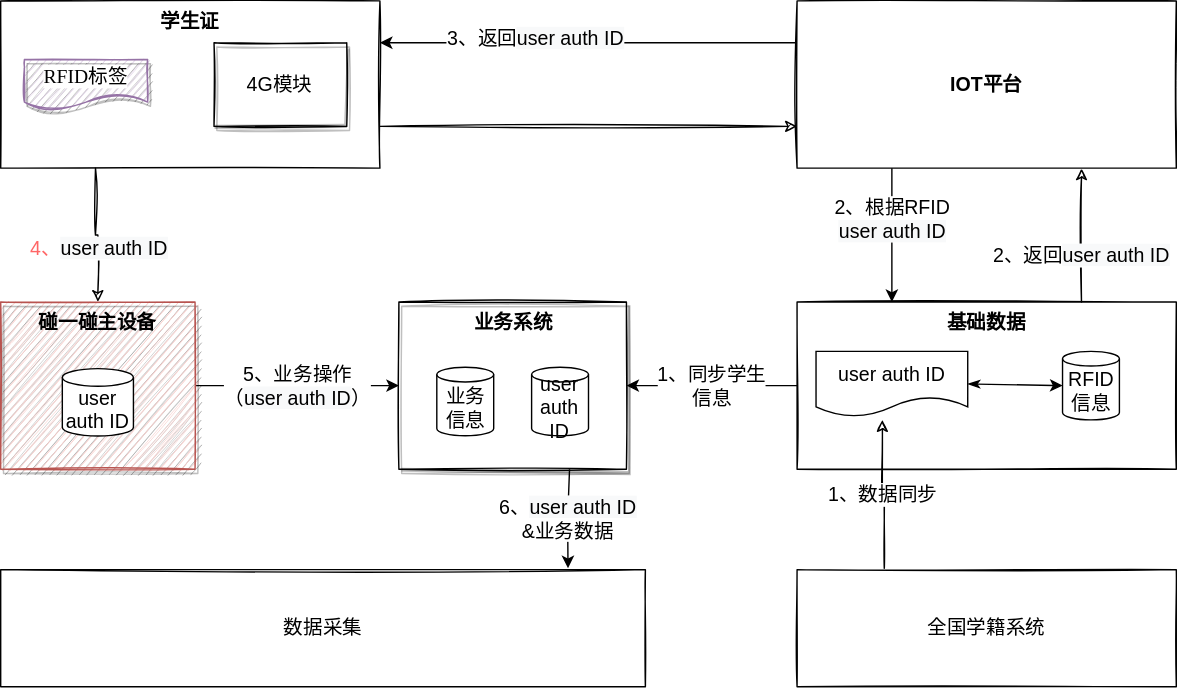
The draw.io diagram docs/05_product/drawio/鸿蒙学生证方案-执行逻辑.drawio.svg in mnzhouguo/zgdoc_management2, before a commit. Source tidied: cells renumbered, new cells last; positions are measured from the earlier drawing's top-left corner, leaving out a move shared by most shapes.
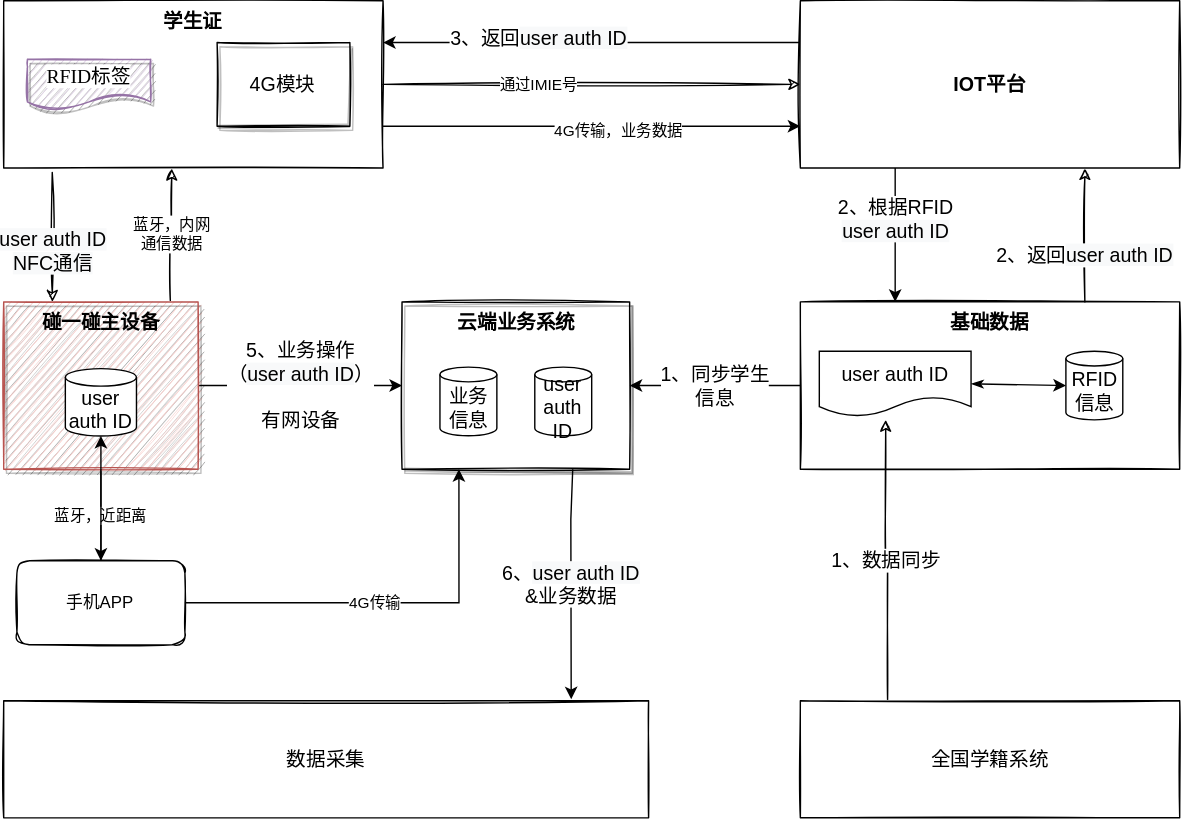
The same diagram one commit later.

The edit, as a diff of the source:
```diff
@@ -2,92 +2,121 @@
   <root>
     <mxCell id="0" />
     <mxCell id="1" parent="0" />
-    <mxCell id="2" style="group;fontSize=14;" parent="1" vertex="1">
-      <mxGeometry width="840" height="490" as="geometry" />
-    </mxCell>
-    <mxCell id="3" value="基础数据&lt;br style=&quot;font-size: 14px;&quot;&gt;" style="rounded=0;whiteSpace=wrap;html=1;sketch=1;fontStyle=1;verticalAlign=top;fontSize=14;" parent="2" vertex="1">
-      <mxGeometry x="569" y="215.1" width="271" height="119.5" as="geometry" />
+    <mxCell id="3" value="基础数据&lt;br style=&quot;font-size: 14px;&quot;&gt;" style="rounded=0;whiteSpace=wrap;html=1;sketch=1;fontStyle=1;verticalAlign=top;fontSize=14;" parent="1" vertex="1">
+      <mxGeometry x="569" y="235.1" width="271" height="119.5" as="geometry" />
     </mxCell>
+    <mxCell id="29" style="edgeStyle=orthogonalEdgeStyle;rounded=0;jettySize=auto;html=1;exitX=1;exitY=0.75;exitDx=0;exitDy=0;entryX=0;entryY=0.75;entryDx=0;entryDy=0;" parent="1" edge="1" source="4" target="14">
+      <mxGeometry relative="1" as="geometry" />
+    </mxCell>
+    <mxCell id="30" value="4G传输，业务数据" style="edgeLabel;html=1;align=center;verticalAlign=middle;" parent="29" vertex="1">
+      <mxGeometry x="0.13" y="-2" relative="1" as="geometry">
+        <mxPoint y="1" as="offset" />
+      </mxGeometry>
+    </mxCell>
-    <mxCell id="4" value="学生证&lt;br style=&quot;font-size: 14px;&quot;&gt;&lt;font color=&quot;#ff3333&quot; style=&quot;font-size: 14px;&quot;&gt;&lt;br style=&quot;font-size: 14px;&quot;&gt;&lt;/font&gt;" style="rounded=0;whiteSpace=wrap;html=1;sketch=1;verticalAlign=top;fontStyle=1;fontSize=14;" parent="2" vertex="1">
-      <mxGeometry width="271" height="119.5" as="geometry" />
+    <mxCell id="4" value="学生证&lt;br style=&quot;font-size: 14px;&quot;&gt;&lt;font color=&quot;#ff3333&quot; style=&quot;font-size: 14px;&quot;&gt;&lt;br style=&quot;font-size: 14px;&quot;&gt;&lt;/font&gt;" style="rounded=0;whiteSpace=wrap;html=1;sketch=1;verticalAlign=top;fontStyle=1;fontSize=14;" parent="1" vertex="1">
+      <mxGeometry y="20" width="271" height="119.5" as="geometry" />
     </mxCell>
-    <mxCell id="5" style="rounded=0;jettySize=auto;html=1;sketch=1;entryX=0;entryY=0.75;entryDx=0;entryDy=0;exitX=1;exitY=0.75;exitDx=0;exitDy=0;fontSize=14;" parent="2" edge="1" source="4" target="14">
+    <mxCell id="5" style="rounded=0;jettySize=auto;html=1;sketch=1;entryX=0;entryY=0.5;entryDx=0;entryDy=0;exitX=1;exitY=0.5;exitDx=0;exitDy=0;fontSize=14;" parent="1" edge="1" source="4" target="14">
       <mxGeometry relative="1" as="geometry" />
     </mxCell>
+    <mxCell id="31" value="通过IMIE号" style="edgeLabel;html=1;align=center;verticalAlign=middle;" parent="5" vertex="1">
+      <mxGeometry x="-0.26" relative="1" as="geometry" />
+    </mxCell>
-    <mxCell id="6" style="edgeStyle=orthogonalEdgeStyle;rounded=0;sketch=1;jettySize=auto;html=1;exitX=0.25;exitY=1;exitDx=0;exitDy=0;entryX=0.5;entryY=0;entryDx=0;entryDy=0;fontSize=14;fontColor=#000000;startArrow=none;startFill=0;endArrow=classic;endFill=1;" parent="2" edge="1" source="4" target="21">
+    <mxCell id="6" style="edgeStyle=orthogonalEdgeStyle;rounded=0;sketch=1;jettySize=auto;html=1;exitX=0.128;exitY=1.026;exitDx=0;exitDy=0;entryX=0.25;entryY=0;entryDx=0;entryDy=0;fontSize=14;fontColor=#000000;startArrow=none;startFill=0;endArrow=classic;endFill=1;exitPerimeter=0;" parent="1" edge="1" source="4" target="21">
       <mxGeometry relative="1" as="geometry" />
     </mxCell>
-    <mxCell id="7" value="4、&lt;span style=&quot;color: rgb(0, 0, 0); background-color: rgb(248, 249, 250); font-size: 14px;&quot;&gt;user auth ID&lt;/span&gt;" style="edgeLabel;html=1;align=center;verticalAlign=middle;fontSize=14;fontColor=#FF6666;" parent="6" vertex="1">
+    <mxCell id="7" value="&lt;span style=&quot;color: rgb(0, 0, 0); background-color: rgb(248, 249, 250); font-size: 14px;&quot;&gt;user auth ID&lt;br&gt;NFC通信&lt;br&gt;&lt;/span&gt;" style="edgeLabel;html=1;align=center;verticalAlign=middle;fontSize=14;fontColor=#FF6666;" parent="6" vertex="1">
       <mxGeometry x="0.21" relative="1" as="geometry" />
     </mxCell>
-    <mxCell id="8" value="&lt;font color=&quot;#000000&quot; style=&quot;font-size: 14px;&quot;&gt;1、数据同步&lt;/font&gt;" style="edgeStyle=orthogonalEdgeStyle;rounded=0;sketch=1;jettySize=auto;html=1;exitX=0.23;exitY=-0.006;exitDx=0;exitDy=0;fontColor=#FF3333;startArrow=none;startFill=0;endArrow=classic;endFill=1;entryX=0.5;entryY=1;entryDx=0;entryDy=0;entryPerimeter=0;exitPerimeter=0;fontSize=14;" parent="2" edge="1" source="9">
+    <mxCell id="8" value="&lt;font color=&quot;#000000&quot; style=&quot;font-size: 14px;&quot;&gt;1、数据同步&lt;/font&gt;" style="edgeStyle=orthogonalEdgeStyle;rounded=0;sketch=1;jettySize=auto;html=1;exitX=0.23;exitY=-0.006;exitDx=0;exitDy=0;fontColor=#FF3333;startArrow=none;startFill=0;endArrow=classic;endFill=1;entryX=0.5;entryY=1;entryDx=0;entryDy=0;entryPerimeter=0;exitPerimeter=0;fontSize=14;" parent="1" edge="1" source="9">
       <mxGeometry relative="1" as="geometry">
-        <mxPoint x="630" y="299.4" as="targetPoint" />
+        <mxPoint x="630" y="319.4" as="targetPoint" />
       </mxGeometry>
     </mxCell>
-    <mxCell id="9" value="全国学籍系统" style="rounded=0;whiteSpace=wrap;html=1;sketch=1;fontSize=14;" parent="2" vertex="1">
-      <mxGeometry x="569" y="406.3" width="271" height="83.7" as="geometry" />
+    <mxCell id="9" value="全国学籍系统" style="rounded=0;whiteSpace=wrap;html=1;sketch=1;fontSize=14;" parent="1" vertex="1">
+      <mxGeometry x="569" y="520" width="271" height="83.7" as="geometry" />
     </mxCell>
-    <mxCell id="10" value="2、返回&lt;span style=&quot;background-color: rgb(248, 249, 250); font-size: 14px;&quot;&gt;user auth ID&lt;/span&gt;" style="edgeStyle=orthogonalEdgeStyle;rounded=0;jettySize=auto;html=1;exitX=0.75;exitY=1;exitDx=0;exitDy=0;entryX=0.75;entryY=0;entryDx=0;entryDy=0;sketch=1;startArrow=classic;startFill=1;endArrow=none;endFill=0;fontSize=14;" parent="2" edge="1" source="14" target="3">
+    <mxCell id="10" value="2、返回&lt;span style=&quot;background-color: rgb(248, 249, 250); font-size: 14px;&quot;&gt;user auth ID&lt;/span&gt;" style="edgeStyle=orthogonalEdgeStyle;rounded=0;jettySize=auto;html=1;exitX=0.75;exitY=1;exitDx=0;exitDy=0;entryX=0.75;entryY=0;entryDx=0;entryDy=0;sketch=1;startArrow=classic;startFill=1;endArrow=none;endFill=0;fontSize=14;" parent="1" edge="1" source="14" target="3">
       <mxGeometry x="0.3" relative="1" as="geometry" />
     </mxCell>
-    <mxCell id="11" value="2、根据RFID&lt;br style=&quot;font-size: 14px;&quot;&gt;&lt;span style=&quot;background-color: rgb(248, 249, 250); font-size: 14px;&quot;&gt;user auth ID&lt;/span&gt;" style="edgeStyle=none;rounded=0;jettySize=auto;html=1;exitX=0.25;exitY=1;exitDx=0;exitDy=0;entryX=0.25;entryY=0;entryDx=0;entryDy=0;fontSize=14;" parent="2" edge="1" source="14" target="3">
+    <mxCell id="11" value="2、根据RFID&lt;br style=&quot;font-size: 14px;&quot;&gt;&lt;span style=&quot;background-color: rgb(248, 249, 250); font-size: 14px;&quot;&gt;user auth ID&lt;/span&gt;" style="edgeStyle=none;rounded=0;jettySize=auto;html=1;exitX=0.25;exitY=1;exitDx=0;exitDy=0;entryX=0.25;entryY=0;entryDx=0;entryDy=0;fontSize=14;" parent="1" edge="1" source="14" target="3">
       <mxGeometry x="-0.25" relative="1" as="geometry" />
     </mxCell>
-    <mxCell id="12" style="edgeStyle=none;rounded=0;jettySize=auto;html=1;exitX=0;exitY=0.25;exitDx=0;exitDy=0;entryX=1;entryY=0.25;entryDx=0;entryDy=0;fontSize=14;" parent="2" edge="1" source="14" target="4">
+    <mxCell id="12" style="edgeStyle=none;rounded=0;jettySize=auto;html=1;exitX=0;exitY=0.25;exitDx=0;exitDy=0;entryX=1;entryY=0.25;entryDx=0;entryDy=0;fontSize=14;" parent="1" edge="1" source="14" target="4">
       <mxGeometry relative="1" as="geometry" />
     </mxCell>
     <mxCell id="13" value="3、返回&lt;span style=&quot;background-color: rgb(248, 249, 250); font-size: 14px;&quot;&gt;user auth ID&lt;/span&gt;" style="edgeLabel;html=1;align=center;verticalAlign=middle;fontSize=14;" parent="12" vertex="1">
       <mxGeometry x="0.26" y="-3" relative="1" as="geometry" />
     </mxCell>
-    <mxCell id="14" value="IOT平台" style="rounded=0;whiteSpace=wrap;html=1;sketch=1;fontStyle=1;fontSize=14;" parent="2" vertex="1">
-      <mxGeometry x="569" width="271" height="119.5" as="geometry" />
+    <mxCell id="14" value="IOT平台" style="rounded=0;whiteSpace=wrap;html=1;sketch=1;fontStyle=1;fontSize=14;" parent="1" vertex="1">
+      <mxGeometry x="569" y="20" width="271" height="119.5" as="geometry" />
     </mxCell>
-    <mxCell id="15" value="&lt;font style=&quot;font-size: 14px;&quot;&gt;&lt;span style=&quot;font-family: 微软雅黑; font-style: normal; font-variant-ligatures: normal; font-variant-caps: normal; font-weight: 400; letter-spacing: normal; orphans: 2; text-align: center; text-indent: 0px; text-transform: none; widows: 2; word-spacing: 0px; -webkit-text-stroke-width: 0px; text-decoration-style: initial; text-decoration-color: initial; float: none; font-size: 14px; display: inline !important;&quot;&gt;RFID标签&lt;/span&gt;&lt;br style=&quot;font-size: 14px;&quot;&gt;&lt;/font&gt;" style="shape=document;whiteSpace=wrap;html=1;boundedLbl=1;rounded=0;shadow=1;glass=0;sketch=1;fontSize=14;verticalAlign=middle;labelBackgroundColor=default;fillColor=#e1d5e7;strokeColor=#9673a6;" parent="2" vertex="1">
-      <mxGeometry x="16.9" y="41.8" width="88.1" height="35.9" as="geometry" />
+    <mxCell id="15" value="&lt;font style=&quot;font-size: 14px;&quot;&gt;&lt;span style=&quot;font-family: 微软雅黑; font-style: normal; font-variant-ligatures: normal; font-variant-caps: normal; font-weight: 400; letter-spacing: normal; orphans: 2; text-align: center; text-indent: 0px; text-transform: none; widows: 2; word-spacing: 0px; -webkit-text-stroke-width: 0px; text-decoration-style: initial; text-decoration-color: initial; float: none; font-size: 14px; display: inline !important;&quot;&gt;RFID标签&lt;/span&gt;&lt;br style=&quot;font-size: 14px;&quot;&gt;&lt;/font&gt;" style="shape=document;whiteSpace=wrap;html=1;boundedLbl=1;rounded=0;shadow=1;glass=0;sketch=1;fontSize=14;verticalAlign=middle;labelBackgroundColor=default;fillColor=#e1d5e7;strokeColor=#9673a6;" parent="1" vertex="1">
+      <mxGeometry x="16.9" y="61.8" width="88.1" height="35.9" as="geometry" />
     </mxCell>
-    <mxCell id="16" value="4G模块" style="rounded=0;whiteSpace=wrap;html=1;shadow=1;glass=0;sketch=1;fontSize=14;fontColor=#000000;" parent="2" vertex="1">
-      <mxGeometry x="152.4" y="29.9" width="94.8" height="59.8" as="geometry" />
+    <mxCell id="16" value="4G模块" style="rounded=0;whiteSpace=wrap;html=1;shadow=1;glass=0;sketch=1;fontSize=14;fontColor=#000000;" parent="1" vertex="1">
+      <mxGeometry x="152.4" y="49.9" width="94.8" height="59.8" as="geometry" />
     </mxCell>
-    <mxCell id="17" value="业务系统" style="rounded=0;whiteSpace=wrap;html=1;shadow=1;glass=0;sketch=1;fontSize=14;fontColor=#000000;verticalAlign=top;fontStyle=1;" parent="2" vertex="1">
-      <mxGeometry x="284.5" y="215.1" width="162.6" height="119.5" as="geometry" />
+    <mxCell id="17" value="云端业务系统" style="rounded=0;whiteSpace=wrap;html=1;shadow=1;glass=0;sketch=1;fontSize=14;fontColor=#000000;verticalAlign=top;fontStyle=1;" parent="1" vertex="1">
+      <mxGeometry x="284.5" y="235.1" width="162.6" height="119.5" as="geometry" />
     </mxCell>
-    <mxCell id="18" value="1、同步学生&lt;br style=&quot;font-size: 14px;&quot;&gt;信息" style="edgeStyle=none;rounded=0;jettySize=auto;html=1;exitX=0;exitY=0.5;exitDx=0;exitDy=0;entryX=1;entryY=0.5;entryDx=0;entryDy=0;fontSize=14;" parent="2" edge="1" source="3" target="17">
+    <mxCell id="18" value="1、同步学生&lt;br style=&quot;font-size: 14px;&quot;&gt;信息" style="edgeStyle=none;rounded=0;jettySize=auto;html=1;exitX=0;exitY=0.5;exitDx=0;exitDy=0;entryX=1;entryY=0.5;entryDx=0;entryDy=0;fontSize=14;" parent="1" edge="1" source="3" target="17">
       <mxGeometry relative="1" as="geometry" />
     </mxCell>
-    <mxCell id="19" value="&lt;font style=&quot;font-size: 14px;&quot;&gt;RFID信息&lt;/font&gt;" style="shape=cylinder3;whiteSpace=wrap;html=1;boundedLbl=1;backgroundOutline=1;size=5.258662782866452;fontSize=14;" parent="2" vertex="1">
-      <mxGeometry x="758.7" y="250.4" width="40.6" height="49" as="geometry" />
+    <mxCell id="19" value="&lt;font style=&quot;font-size: 14px;&quot;&gt;RFID信息&lt;/font&gt;" style="shape=cylinder3;whiteSpace=wrap;html=1;boundedLbl=1;backgroundOutline=1;size=5.258662782866452;fontSize=14;" parent="1" vertex="1">
+      <mxGeometry x="758.7" y="270.4" width="40.6" height="49" as="geometry" />
     </mxCell>
-    <mxCell id="20" value="5、业务操作&lt;br style=&quot;font-size: 14px;&quot;&gt;（&lt;span style=&quot;background-color: rgb(248, 249, 250); font-size: 14px;&quot;&gt;user auth ID&lt;/span&gt;）" style="edgeStyle=none;rounded=0;jettySize=auto;html=1;entryX=0;entryY=0.5;entryDx=0;entryDy=0;fontSize=14;exitX=1;exitY=0.5;exitDx=0;exitDy=0;" parent="2" edge="1" source="21" target="17">
+    <mxCell id="20" value="5、业务操作&lt;br style=&quot;font-size: 14px;&quot;&gt;（&lt;span style=&quot;background-color: rgb(248, 249, 250); font-size: 14px;&quot;&gt;user auth ID&lt;/span&gt;）&lt;br&gt;&lt;br&gt;有网设备" style="edgeStyle=none;rounded=0;jettySize=auto;html=1;entryX=0;entryY=0.5;entryDx=0;entryDy=0;fontSize=14;exitX=1;exitY=0.5;exitDx=0;exitDy=0;" parent="1" edge="1" source="21" target="17">
       <mxGeometry relative="1" as="geometry" />
     </mxCell>
+    <mxCell id="32" style="edgeStyle=orthogonalEdgeStyle;rounded=0;jettySize=auto;html=1;exitX=0.857;exitY=-0.009;exitDx=0;exitDy=0;entryX=0.443;entryY=1.004;entryDx=0;entryDy=0;entryPerimeter=0;exitPerimeter=0;sketch=1;" parent="1" edge="1" source="21" target="4">
+      <mxGeometry relative="1" as="geometry" />
+    </mxCell>
+    <mxCell id="33" value="蓝牙，内网&lt;br&gt;通信数据" style="edgeLabel;html=1;align=center;verticalAlign=middle;" parent="32" vertex="1">
+      <mxGeometry x="0.03" y="1" relative="1" as="geometry" />
+    </mxCell>
+    <mxCell id="34" value="蓝牙，近距离" style="edgeStyle=orthogonalEdgeStyle;rounded=0;jettySize=auto;html=1;exitX=0.5;exitY=1;exitDx=0;exitDy=0;entryX=0.5;entryY=0;entryDx=0;entryDy=0;" parent="1" edge="1" source="21" target="38">
+      <mxGeometry relative="1" as="geometry" />
+    </mxCell>
-    <mxCell id="21" value="碰一碰主设备" style="rounded=0;whiteSpace=wrap;html=1;shadow=1;glass=0;sketch=1;fontSize=14;verticalAlign=top;fontStyle=1;fillColor=#f8cecc;strokeColor=#b85450;" parent="2" vertex="1">
-      <mxGeometry y="215.1" width="138.9" height="119.5" as="geometry" />
+    <mxCell id="21" value="碰一碰主设备" style="rounded=0;whiteSpace=wrap;html=1;shadow=1;glass=0;sketch=1;fontSize=14;verticalAlign=top;fontStyle=1;fillColor=#f8cecc;strokeColor=#b85450;" parent="1" vertex="1">
+      <mxGeometry y="235.1" width="138.9" height="119.5" as="geometry" />
     </mxCell>
-    <mxCell id="22" value="&lt;span style=&quot;font-size: 14px;&quot;&gt;user auth ID&lt;/span&gt;" style="shape=cylinder3;whiteSpace=wrap;html=1;boundedLbl=1;backgroundOutline=1;size=6.252887594288779;fontSize=14;" parent="2" vertex="1">
-      <mxGeometry x="44" y="262.8" width="50.8" height="48.1" as="geometry" />
+    <mxCell id="22" value="&lt;span style=&quot;font-size: 14px;&quot;&gt;user auth ID&lt;/span&gt;" style="shape=cylinder3;whiteSpace=wrap;html=1;boundedLbl=1;backgroundOutline=1;size=6.252887594288779;fontSize=14;" parent="1" vertex="1">
+      <mxGeometry x="44" y="282.8" width="50.8" height="48.1" as="geometry" />
     </mxCell>
-    <mxCell id="23" value="&lt;span style=&quot;font-size: 14px;&quot;&gt;user auth ID&lt;/span&gt;" style="shape=cylinder3;whiteSpace=wrap;html=1;boundedLbl=1;backgroundOutline=1;size=5.258662782866452;fontSize=14;" parent="2" vertex="1">
-      <mxGeometry x="379.4" y="261.7" width="40.6" height="49" as="geometry" />
+    <mxCell id="23" value="&lt;span style=&quot;font-size: 14px;&quot;&gt;user auth ID&lt;/span&gt;" style="shape=cylinder3;whiteSpace=wrap;html=1;boundedLbl=1;backgroundOutline=1;size=5.258662782866452;fontSize=14;" parent="1" vertex="1">
+      <mxGeometry x="379.4" y="281.7" width="40.6" height="49" as="geometry" />
     </mxCell>
-    <mxCell id="24" value="&lt;font style=&quot;font-size: 14px;&quot;&gt;业务信息&lt;/font&gt;" style="shape=cylinder3;whiteSpace=wrap;html=1;boundedLbl=1;backgroundOutline=1;size=5.258662782866452;fontSize=14;" parent="2" vertex="1">
-      <mxGeometry x="311.6" y="261.7" width="40.6" height="49" as="geometry" />
+    <mxCell id="24" value="&lt;font style=&quot;font-size: 14px;&quot;&gt;业务信息&lt;/font&gt;" style="shape=cylinder3;whiteSpace=wrap;html=1;boundedLbl=1;backgroundOutline=1;size=5.258662782866452;fontSize=14;" parent="1" vertex="1">
+      <mxGeometry x="311.6" y="281.7" width="40.6" height="49" as="geometry" />
     </mxCell>
-    <mxCell id="25" value="数据采集" style="rounded=0;whiteSpace=wrap;html=1;sketch=1;fontSize=14;" parent="2" vertex="1">
-      <mxGeometry y="406.3" width="460.6" height="83.7" as="geometry" />
+    <mxCell id="25" value="数据采集" style="rounded=0;whiteSpace=wrap;html=1;sketch=1;fontSize=14;" parent="1" vertex="1">
+      <mxGeometry y="520" width="460.6" height="83.7" as="geometry" />
     </mxCell>
-    <mxCell id="26" value="6、&lt;span style=&quot;background-color: rgb(248, 249, 250); font-size: 14px;&quot;&gt;user auth ID&lt;/span&gt;&lt;br style=&quot;font-size: 14px;&quot;&gt;&amp;amp;业务数据" style="edgeStyle=none;rounded=0;jettySize=auto;html=1;exitX=0.75;exitY=1;exitDx=0;exitDy=0;entryX=0.88;entryY=-0.012;entryDx=0;entryDy=0;entryPerimeter=0;fontSize=14;" parent="2" edge="1" source="17" target="25">
+    <mxCell id="26" value="6、&lt;span style=&quot;background-color: rgb(248, 249, 250); font-size: 14px;&quot;&gt;user auth ID&lt;/span&gt;&lt;br style=&quot;font-size: 14px;&quot;&gt;&amp;amp;业务数据" style="edgeStyle=none;rounded=0;jettySize=auto;html=1;exitX=0.75;exitY=1;exitDx=0;exitDy=0;entryX=0.88;entryY=-0.012;entryDx=0;entryDy=0;entryPerimeter=0;fontSize=14;" parent="1" edge="1" source="17" target="25">
       <mxGeometry relative="1" as="geometry">
         <Array as="points">
-          <mxPoint x="405.1" y="370.5" />
+          <mxPoint x="405.1" y="390.5" />
         </Array>
       </mxGeometry>
     </mxCell>
-    <mxCell id="27" style="edgeStyle=none;rounded=0;jettySize=auto;html=1;exitX=1;exitY=0.5;exitDx=0;exitDy=0;entryX=0;entryY=0.5;entryDx=0;entryDy=0;entryPerimeter=0;fontSize=14;startArrow=classicThin;startFill=1;" parent="2" edge="1" source="28" target="19">
+    <mxCell id="27" style="edgeStyle=none;rounded=0;jettySize=auto;html=1;exitX=1;exitY=0.5;exitDx=0;exitDy=0;entryX=0;entryY=0.5;entryDx=0;entryDy=0;entryPerimeter=0;fontSize=14;startArrow=classicThin;startFill=1;" parent="1" edge="1" source="28" target="19">
       <mxGeometry relative="1" as="geometry" />
     </mxCell>
-    <mxCell id="28" value="user auth ID" style="shape=document;whiteSpace=wrap;html=1;boundedLbl=1;fontSize=14;" parent="2" vertex="1">
-      <mxGeometry x="582.6" y="250.4" width="108.4" height="46.6" as="geometry" />
+    <mxCell id="28" value="user auth ID" style="shape=document;whiteSpace=wrap;html=1;boundedLbl=1;fontSize=14;" parent="1" vertex="1">
+      <mxGeometry x="582.6" y="270.4" width="108.4" height="46.6" as="geometry" />
     </mxCell>
+    <mxCell id="35" style="edgeStyle=orthogonalEdgeStyle;rounded=0;jettySize=auto;html=1;exitX=1;exitY=0.5;exitDx=0;exitDy=0;entryX=0.25;entryY=1;entryDx=0;entryDy=0;" parent="1" edge="1" source="38" target="17">
+      <mxGeometry relative="1" as="geometry" />
+    </mxCell>
+    <mxCell id="36" value="4G传输" style="edgeLabel;html=1;align=center;verticalAlign=middle;" parent="35" vertex="1">
+      <mxGeometry x="-0.07" y="1" relative="1" as="geometry" />
+    </mxCell>
+    <mxCell id="37" style="edgeStyle=orthogonalEdgeStyle;rounded=0;jettySize=auto;html=1;" parent="1" edge="1" source="38" target="22">
+      <mxGeometry relative="1" as="geometry" />
+    </mxCell>
+    <mxCell id="38" value="手机APP" style="rounded=1;whiteSpace=wrap;html=1;sketch=1;" parent="1" vertex="1">
+      <mxGeometry x="9.4" y="420" width="120" height="60" as="geometry" />
+    </mxCell>
   </root>
 </mxGraphModel>
```
